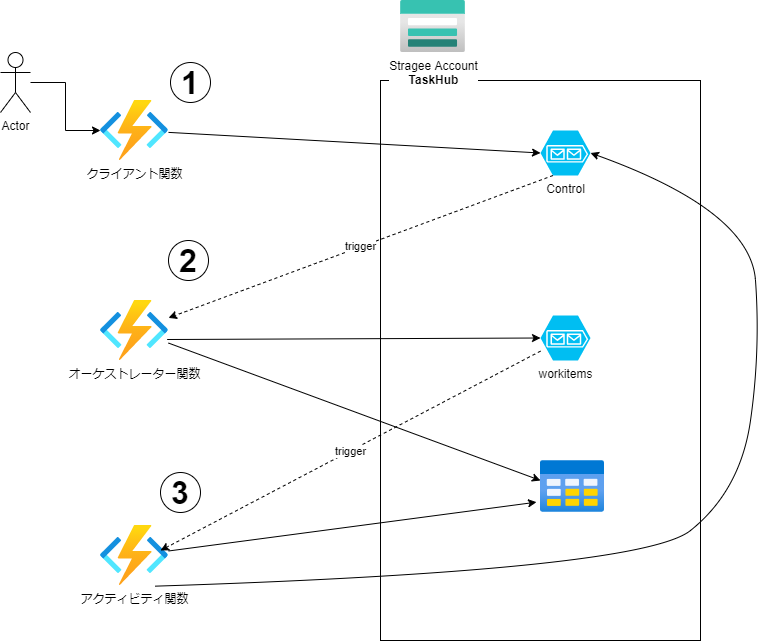
This is Training2_TaskHub/DurableFunctions_TaskHub.png from APCt-okuyama/az-func-learn, a draw.io export, as it was before one commit. Source tidied: cells renumbered, new cells last; positions are measured from the earlier drawing's top-left corner, leaving out a move shared by most shapes.
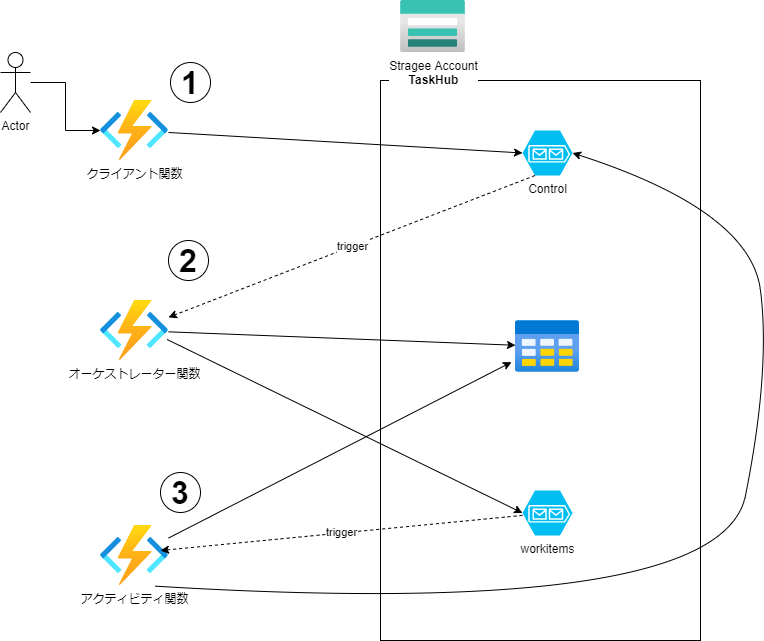
Later version of the same file.

Diff of the diagram source:
```diff
@@ -18,13 +18,13 @@
       <mxGeometry x="100" y="525" width="68" height="60" as="geometry" />
     </mxCell>
     <mxCell id="7" value="Control" style="verticalLabelPosition=bottom;html=1;verticalAlign=top;align=center;strokeColor=none;fillColor=#00BEF2;shape=mxgraph.azure.storage_queue;" parent="1" vertex="1">
-      <mxGeometry x="540" y="130" width="50" height="45" as="geometry" />
+      <mxGeometry x="522" y="130" width="50" height="45" as="geometry" />
     </mxCell>
     <mxCell id="8" value="workitems" style="verticalLabelPosition=bottom;html=1;verticalAlign=top;align=center;strokeColor=none;fillColor=#00BEF2;shape=mxgraph.azure.storage_queue;" parent="1" vertex="1">
-      <mxGeometry x="540" y="315" width="50" height="45" as="geometry" />
+      <mxGeometry x="522" y="490" width="50" height="45" as="geometry" />
     </mxCell>
     <mxCell id="9" style="html=1;points=[];align=center;image;fontSize=12;image=img/lib/azure2/general/Table.svg;" parent="1" vertex="1">
-      <mxGeometry x="540" y="460" width="64" height="52" as="geometry" />
+      <mxGeometry x="515" y="320" width="64" height="52" as="geometry" />
     </mxCell>
     <mxCell id="10" value="trigger" style="endArrow=classic;html=1;exitX=0.25;exitY=1;exitDx=0;exitDy=0;exitPerimeter=0;dashed=1;" parent="1" edge="1" source="7" target="5">
       <mxGeometry relative="1" as="geometry" />
@@ -40,10 +40,8 @@
         <mxPoint x="160" y="550" as="targetPoint" />
       </mxGeometry>
     </mxCell>
-    <mxCell id="14" style="endArrow=classic;html=1;" parent="1" edge="1" source="5">
-      <mxGeometry relative="1" as="geometry">
-        <mxPoint x="540" y="480" as="targetPoint" />
-      </mxGeometry>
+    <mxCell id="14" style="endArrow=classic;html=1;" parent="1" edge="1" source="5" target="9">
+      <mxGeometry relative="1" as="geometry" />
     </mxCell>
     <mxCell id="15" style="endArrow=classic;html=1;entryX=-0.062;entryY=0.801;entryDx=0;entryDy=0;entryPerimeter=0;" parent="1" edge="1" source="6" target="9">
       <mxGeometry relative="1" as="geometry" />
@@ -57,9 +55,8 @@
     <mxCell id="18" style="curved=1;endArrow=classic;html=1;exitX=0.804;exitY=1.011;exitDx=0;exitDy=0;exitPerimeter=0;entryX=1;entryY=0.5;entryDx=0;entryDy=0;entryPerimeter=0;" parent="1" edge="1" source="6" target="7">
       <mxGeometry relative="1" as="geometry">
         <Array as="points">
-          <mxPoint x="640" y="570" />
-          <mxPoint x="740" y="490" />
-          <mxPoint x="760" y="350" />
+          <mxPoint x="720" y="620" />
+          <mxPoint x="770" y="370" />
           <mxPoint x="750" y="210" />
         </Array>
       </mxGeometry>
```
